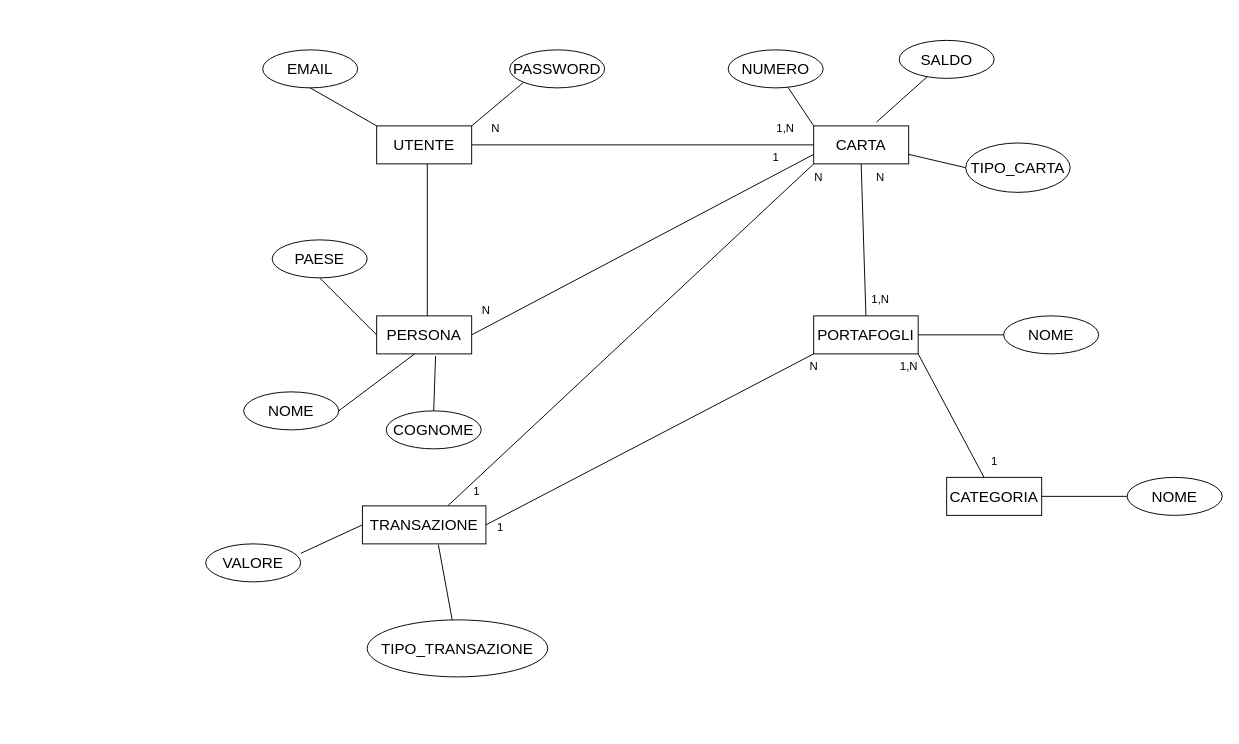
gcrbr/SavingMoneyUnina keeps this draw.io diagram as progettazione_base_dati/Class_diagram ER.drawio. Above is the earlier version. Source tidied: cells renumbered, new cells numbered last; positions are measured from the earlier drawing's top-left corner, leaving out a move shared by most shapes. Both pictures are drawn from the tidied source at 95%, with x=0, y=0 at pixel (205, 40).
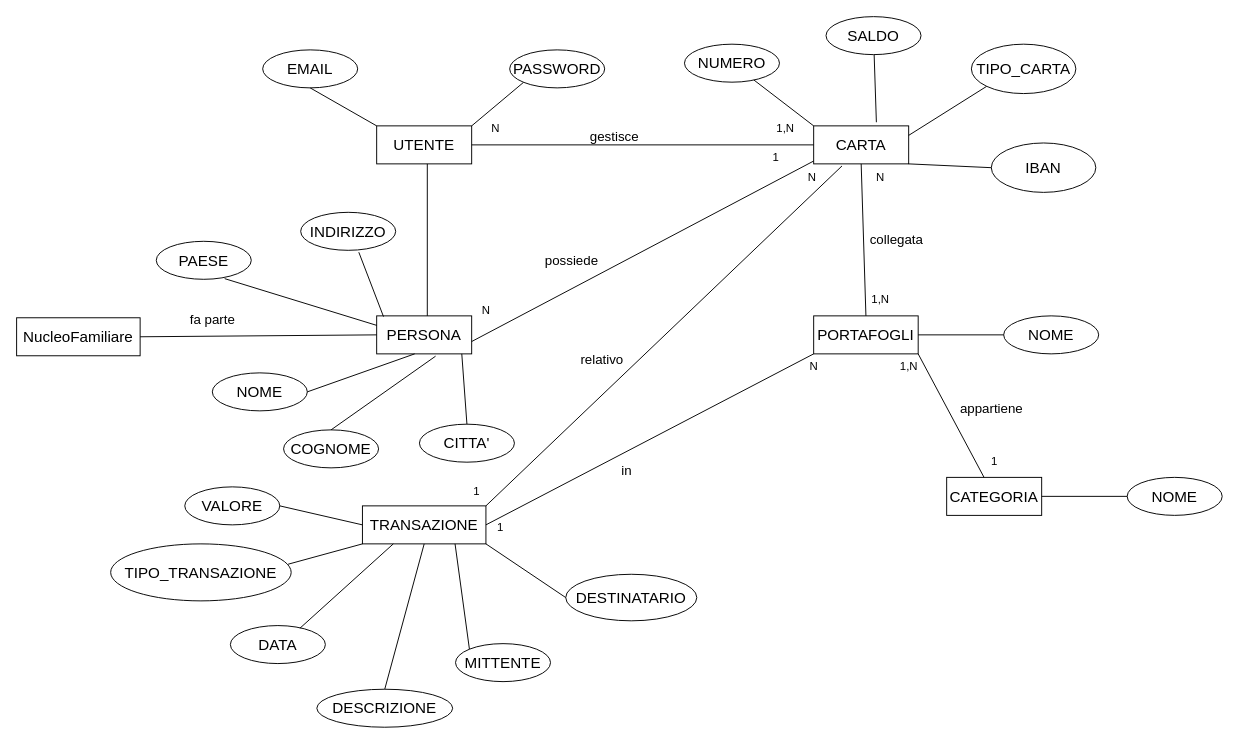
The same page after the edit.

Unchanged cells that the change refers to:
```xml
<mxCell id="3" value="&lt;font style=&quot;font-size: 16px;&quot;&gt;CARTA&lt;br&gt;&lt;/font&gt;" style="whiteSpace=wrap;html=1;align=center;" parent="1" vertex="1">
  <mxGeometry x="640" y="90" width="100" height="40" as="geometry" />
</mxCell>
<mxCell id="4" value="&lt;font style=&quot;font-size: 16px;&quot;&gt;PERSONA&lt;/font&gt;" style="whiteSpace=wrap;html=1;align=center;" parent="1" vertex="1">
  <mxGeometry x="180" y="290" width="100" height="40" as="geometry" />
</mxCell>
<mxCell id="5" value="&lt;font style=&quot;font-size: 16px;&quot;&gt;TRANSAZIONE&lt;/font&gt;" style="whiteSpace=wrap;html=1;align=center;" parent="1" vertex="1">
  <mxGeometry x="165" y="490" width="130" height="40" as="geometry" />
</mxCell>
```

The edit, as a diff of the source:
```diff
@@
     <mxCell id="12" value="&lt;font style=&quot;font-size: 16px;&quot;&gt;NUMERO&lt;/font&gt;" style="ellipse;whiteSpace=wrap;html=1;align=center;" parent="1" vertex="1">
-      <mxGeometry x="550" y="10" width="100" height="40" as="geometry" />
+      <mxGeometry x="504" y="4" width="100" height="40" as="geometry" />
     </mxCell>
     <mxCell id="13" value="&lt;font style=&quot;font-size: 16px;&quot;&gt;SALDO&lt;/font&gt;" style="ellipse;whiteSpace=wrap;html=1;align=center;" parent="1" vertex="1">
-      <mxGeometry x="730" width="100" height="40" as="geometry" />
+      <mxGeometry x="653" y="-25" width="100" height="40" as="geometry" />
     </mxCell>
@@
     <mxCell id="19" value="&lt;font style=&quot;font-size: 16px;&quot;&gt;COGNOME&lt;/font&gt;" style="ellipse;whiteSpace=wrap;html=1;align=center;" parent="1" vertex="1">
-      <mxGeometry x="190" y="390" width="100" height="40" as="geometry" />
+      <mxGeometry x="82" y="410" width="100" height="40" as="geometry" />
     </mxCell>
     <mxCell id="20" value="&lt;font style=&quot;font-size: 16px;&quot;&gt;PAESE&lt;/font&gt;" style="ellipse;whiteSpace=wrap;html=1;align=center;" parent="1" vertex="1">
-      <mxGeometry x="70" y="210" width="100" height="40" as="geometry" />
+      <mxGeometry x="-52" y="211.5" width="100" height="40" as="geometry" />
     </mxCell>
     <mxCell id="21" value="&lt;font style=&quot;font-size: 16px;&quot;&gt;NOME&lt;/font&gt;" style="ellipse;whiteSpace=wrap;html=1;align=center;" parent="1" vertex="1">
-      <mxGeometry x="40" y="370" width="100" height="40" as="geometry" />
+      <mxGeometry x="7" y="350" width="100" height="40" as="geometry" />
     </mxCell>
-    <mxCell id="22" style="endArrow=none;html=1;rounded=0;exitX=1;exitY=0.5;exitDx=0;exitDy=0;entryX=0;entryY=0.75;entryDx=0;entryDy=0;" parent="1" edge="1" source="4" target="3">
-      <mxGeometry relative="1" as="geometry" />
+    <mxCell id="22" style="endArrow=none;html=1;rounded=0;exitX=1;exitY=0.5;exitDx=0;exitDy=0;entryX=0;entryY=0.75;entryDx=0;entryDy=0;" parent="1" edge="1">
+      <mxGeometry relative="1" as="geometry">
+        <mxPoint x="280" y="317" as="sourcePoint" />
+        <mxPoint x="640" y="127" as="targetPoint" />
+      </mxGeometry>
     </mxCell>
-    <mxCell id="23" style="endArrow=none;html=1;rounded=0;exitX=0.5;exitY=1;exitDx=0;exitDy=0;entryX=0;entryY=0.5;entryDx=0;entryDy=0;" parent="1" edge="1" source="20" target="4">
-      <mxGeometry relative="1" as="geometry" />
+    <mxCell id="23" style="endArrow=none;html=1;rounded=0;exitX=0.5;exitY=1;exitDx=0;exitDy=0;entryX=0;entryY=0.25;entryDx=0;entryDy=0;" parent="1" edge="1" target="4">
+      <mxGeometry relative="1" as="geometry">
+        <mxPoint x="20" y="250.8" as="sourcePoint" />
+      </mxGeometry>
     </mxCell>
@@
     <mxCell id="25" value="&lt;font style=&quot;font-size: 16px;&quot;&gt;VALORE&lt;/font&gt;" style="ellipse;whiteSpace=wrap;html=1;align=center;" parent="1" vertex="1">
-      <mxGeometry y="530" width="100" height="40" as="geometry" />
+      <mxGeometry x="-22" y="470" width="100" height="40" as="geometry" />
     </mxCell>
-    <mxCell id="26" style="endArrow=none;html=1;rounded=0;entryX=0;entryY=1;entryDx=0;entryDy=0;exitX=0.694;exitY=-0.009;exitDx=0;exitDy=0;exitPerimeter=0;" parent="1" edge="1" source="5" target="3">
-      <mxGeometry relative="1" as="geometry" />
+    <mxCell id="26" style="endArrow=none;html=1;rounded=0;entryX=0;entryY=1;entryDx=0;entryDy=0;exitX=1;exitY=0;exitDx=0;exitDy=0;" parent="1" edge="1" source="5">
+      <mxGeometry relative="1" as="geometry">
+        <mxPoint x="669.8" y="132.2" as="targetPoint" />
+      </mxGeometry>
     </mxCell>
-    <mxCell id="27" style="endArrow=none;html=1;rounded=0;entryX=0;entryY=0.5;entryDx=0;entryDy=0;exitX=1;exitY=0.25;exitDx=0;exitDy=0;exitPerimeter=0;" parent="1" edge="1" source="25" target="5">
+    <mxCell id="27" style="endArrow=none;html=1;rounded=0;entryX=0;entryY=0.5;entryDx=0;entryDy=0;exitX=1;exitY=0.5;exitDx=0;exitDy=0;" parent="1" edge="1" source="25" target="5">
       <mxGeometry relative="1" as="geometry" />
     </mxCell>
@@
     <mxCell id="39" value="N" style="text;html=1;align=center;verticalAlign=middle;strokeColor=none;fillColor=none;" parent="1" vertex="1">
-      <mxGeometry x="630" y="130" width="30" height="30" as="geometry" />
+      <mxGeometry x="623" y="130" width="30" height="30" as="geometry" />
     </mxCell>
@@
     <mxCell id="47" value="TIPO_CARTA" style="ellipse;whiteSpace=wrap;html=1;align=center;fontSize=16;" parent="1" vertex="1">
-      <mxGeometry x="800" y="108" width="110" height="52" as="geometry" />
+      <mxGeometry x="806" y="4" width="110" height="52" as="geometry" />
     </mxCell>
     <mxCell id="48" value="TIPO_TRANSAZIONE" style="ellipse;whiteSpace=wrap;html=1;align=center;fontSize=16;" parent="1" vertex="1">
-      <mxGeometry x="170" y="610" width="190" height="60" as="geometry" />
+      <mxGeometry x="-100" y="530" width="190" height="60" as="geometry" />
     </mxCell>
-    <mxCell id="49" style="endArrow=none;html=1;rounded=0;entryX=0.615;entryY=1.022;entryDx=0;entryDy=0;entryPerimeter=0;" parent="1" edge="1" source="48" target="5">
+    <mxCell id="49" style="endArrow=none;html=1;rounded=0;entryX=0;entryY=1;entryDx=0;entryDy=0;exitX=0.983;exitY=0.357;exitDx=0;exitDy=0;exitPerimeter=0;" parent="1" edge="1" source="48" target="5">
       <mxGeometry relative="1" as="geometry" />
     </mxCell>
-    <mxCell id="50" style="endArrow=none;html=1;rounded=0;exitX=1;exitY=0.75;exitDx=0;exitDy=0;entryX=0;entryY=0.5;entryDx=0;entryDy=0;" parent="1" edge="1" source="3" target="47">
+    <mxCell id="50" style="endArrow=none;html=1;rounded=0;exitX=1;exitY=0.25;exitDx=0;exitDy=0;entryX=0;entryY=1;entryDx=0;entryDy=0;" parent="1" edge="1" source="3" target="47">
       <mxGeometry relative="1" as="geometry" />
     </mxCell>
+    <mxCell id="51" value="gestisce" style="text;html=1;align=center;verticalAlign=middle;strokeColor=none;fillColor=none;fontSize=14;" parent="1" vertex="1">
+      <mxGeometry x="395" y="86" width="69" height="29" as="geometry" />
+    </mxCell>
+    <mxCell id="52" value="&lt;font style=&quot;font-size: 14px;&quot;&gt;possiede&lt;/font&gt;" style="text;html=1;align=center;verticalAlign=middle;strokeColor=none;fillColor=none;" parent="1" vertex="1">
+      <mxGeometry x="348" y="217" width="74" height="29" as="geometry" />
+    </mxCell>
+    <mxCell id="53" value="&lt;font style=&quot;font-size: 14px;&quot;&gt;relativo&lt;/font&gt;" style="text;html=1;align=center;verticalAlign=middle;strokeColor=none;fillColor=none;" parent="1" vertex="1">
+      <mxGeometry x="385" y="321" width="63" height="29" as="geometry" />
+    </mxCell>
+    <mxCell id="54" value="&lt;font style=&quot;font-size: 14px;&quot;&gt;in&lt;/font&gt;" style="text;html=1;align=center;verticalAlign=middle;strokeColor=none;fillColor=none;" parent="1" vertex="1">
+      <mxGeometry x="428" y="438" width="29" height="29" as="geometry" />
+    </mxCell>
+    <mxCell id="55" value="&lt;font style=&quot;font-size: 14px;&quot;&gt;appartiene&lt;/font&gt;" style="text;html=1;align=center;verticalAlign=middle;strokeColor=none;fillColor=none;" parent="1" vertex="1">
+      <mxGeometry x="785" y="373" width="84" height="29" as="geometry" />
+    </mxCell>
+    <mxCell id="56" value="&lt;span style=&quot;font-size: 16px;&quot;&gt;NucleoFamiliare&lt;/span&gt;" style="whiteSpace=wrap;html=1;align=center;" parent="1" vertex="1">
+      <mxGeometry x="-199" y="292" width="130" height="40" as="geometry" />
+    </mxCell>
+    <mxCell id="57" style="endArrow=none;html=1;rounded=0;exitX=1;exitY=0.5;exitDx=0;exitDy=0;entryX=0;entryY=0.5;entryDx=0;entryDy=0;" parent="1" edge="1" source="56" target="4">
+      <mxGeometry relative="1" as="geometry" />
+    </mxCell>
+    <mxCell id="58" value="&lt;font style=&quot;font-size: 14px;&quot;&gt;fa parte&lt;/font&gt;" style="text;html=1;align=center;verticalAlign=middle;strokeColor=none;fillColor=none;" parent="1" vertex="1">
+      <mxGeometry x="-26" y="279" width="65" height="29" as="geometry" />
+    </mxCell>
+    <mxCell id="59" value="&lt;font style=&quot;font-size: 14px;&quot;&gt;collegata&lt;/font&gt;" style="text;html=1;align=center;verticalAlign=middle;strokeColor=none;fillColor=none;" parent="1" vertex="1">
+      <mxGeometry x="690" y="195" width="74" height="29" as="geometry" />
+    </mxCell>
+    <mxCell id="60" value="&lt;font style=&quot;font-size: 16px;&quot;&gt;INDIRIZZO&lt;/font&gt;" style="ellipse;whiteSpace=wrap;html=1;align=center;" parent="1" vertex="1">
+      <mxGeometry x="100" y="181" width="100" height="40" as="geometry" />
+    </mxCell>
+    <mxCell id="61" style="endArrow=none;html=1;rounded=0;exitX=0.612;exitY=1.05;exitDx=0;exitDy=0;exitPerimeter=0;entryX=0.072;entryY=0.02;entryDx=0;entryDy=0;entryPerimeter=0;" parent="1" edge="1" source="60" target="4">
+      <mxGeometry relative="1" as="geometry" />
+    </mxCell>
+    <mxCell id="62" value="&lt;font style=&quot;font-size: 16px;&quot;&gt;CITTA'&lt;/font&gt;" style="ellipse;whiteSpace=wrap;html=1;align=center;" parent="1" vertex="1">
+      <mxGeometry x="225" y="404" width="100" height="40" as="geometry" />
+    </mxCell>
+    <mxCell id="63" style="endArrow=none;html=1;rounded=0;exitX=0.5;exitY=0;exitDx=0;exitDy=0;entryX=0.896;entryY=1;entryDx=0;entryDy=0;entryPerimeter=0;" parent="1" edge="1" source="62" target="4">
+      <mxGeometry relative="1" as="geometry" />
+    </mxCell>
+    <mxCell id="64" value="&lt;font style=&quot;font-size: 16px;&quot;&gt;MITTENTE&lt;/font&gt;" style="ellipse;whiteSpace=wrap;html=1;align=center;" parent="1" vertex="1">
+      <mxGeometry x="263" y="635" width="100" height="40" as="geometry" />
+    </mxCell>
+    <mxCell id="65" value="&lt;span style=&quot;font-size: 16px;&quot;&gt;DESTINATARIO&lt;/span&gt;" style="ellipse;whiteSpace=wrap;html=1;align=center;" parent="1" vertex="1">
+      <mxGeometry x="379" y="562" width="138" height="49" as="geometry" />
+    </mxCell>
+    <mxCell id="66" value="&lt;font style=&quot;font-size: 16px;&quot;&gt;DATA&lt;/font&gt;" style="ellipse;whiteSpace=wrap;html=1;align=center;" parent="1" vertex="1">
+      <mxGeometry x="26" y="616" width="100" height="40" as="geometry" />
+    </mxCell>
+    <mxCell id="67" value="&lt;font style=&quot;font-size: 16px;&quot;&gt;DESCRIZIONE&lt;/font&gt;" style="ellipse;whiteSpace=wrap;html=1;align=center;" parent="1" vertex="1">
+      <mxGeometry x="117" y="683" width="143" height="40" as="geometry" />
+    </mxCell>
+    <mxCell id="68" style="endArrow=none;html=1;rounded=0;entryX=0.25;entryY=1;entryDx=0;entryDy=0;exitX=0.732;exitY=0.07;exitDx=0;exitDy=0;exitPerimeter=0;" parent="1" edge="1" source="66" target="5">
+      <mxGeometry relative="1" as="geometry" />
+    </mxCell>
+    <mxCell id="69" style="endArrow=none;html=1;rounded=0;entryX=0.5;entryY=1;entryDx=0;entryDy=0;exitX=0.5;exitY=0;exitDx=0;exitDy=0;" parent="1" edge="1" source="67" target="5">
+      <mxGeometry relative="1" as="geometry" />
+    </mxCell>
+    <mxCell id="70" style="endArrow=none;html=1;rounded=0;entryX=0.75;entryY=1;entryDx=0;entryDy=0;exitX=0;exitY=0;exitDx=0;exitDy=0;" parent="1" edge="1" source="64" target="5">
+      <mxGeometry relative="1" as="geometry" />
+    </mxCell>
+    <mxCell id="71" style="endArrow=none;html=1;rounded=0;entryX=1;entryY=1;entryDx=0;entryDy=0;exitX=0;exitY=0.5;exitDx=0;exitDy=0;" parent="1" edge="1" source="65" target="5">
+      <mxGeometry relative="1" as="geometry" />
+    </mxCell>
+    <mxCell id="72" value="IBAN" style="ellipse;whiteSpace=wrap;html=1;align=center;fontSize=16;" parent="1" vertex="1">
+      <mxGeometry x="827" y="108" width="110" height="52" as="geometry" />
+    </mxCell>
+    <mxCell id="73" style="endArrow=none;html=1;rounded=0;exitX=1;exitY=1;exitDx=0;exitDy=0;entryX=0;entryY=0.5;entryDx=0;entryDy=0;" parent="1" edge="1" source="3" target="72">
+      <mxGeometry relative="1" as="geometry" />
+    </mxCell>
```
